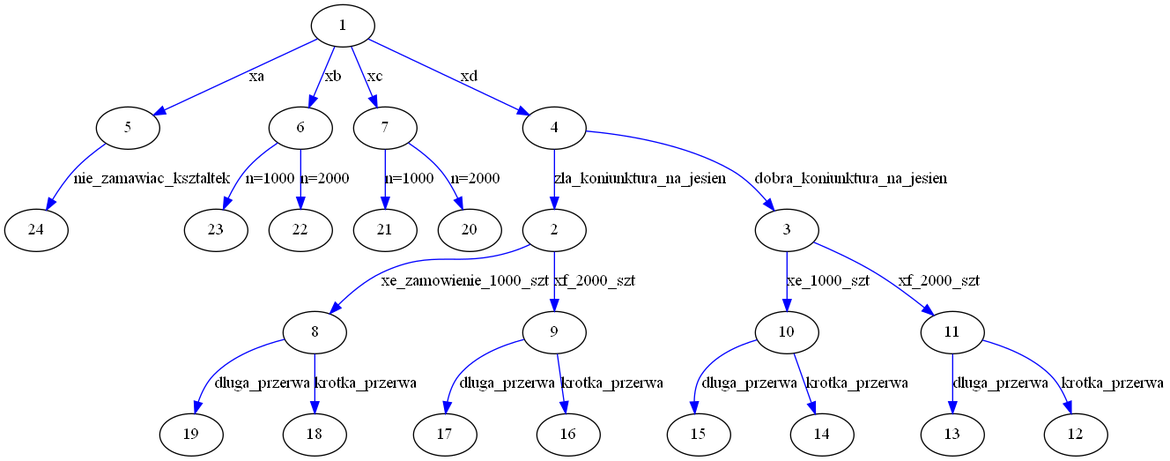
Above: bayes/dane.png in rabieja/bayes_application (Graphviz), before the change. Its source is kept beside it as bayes/dane.dot.
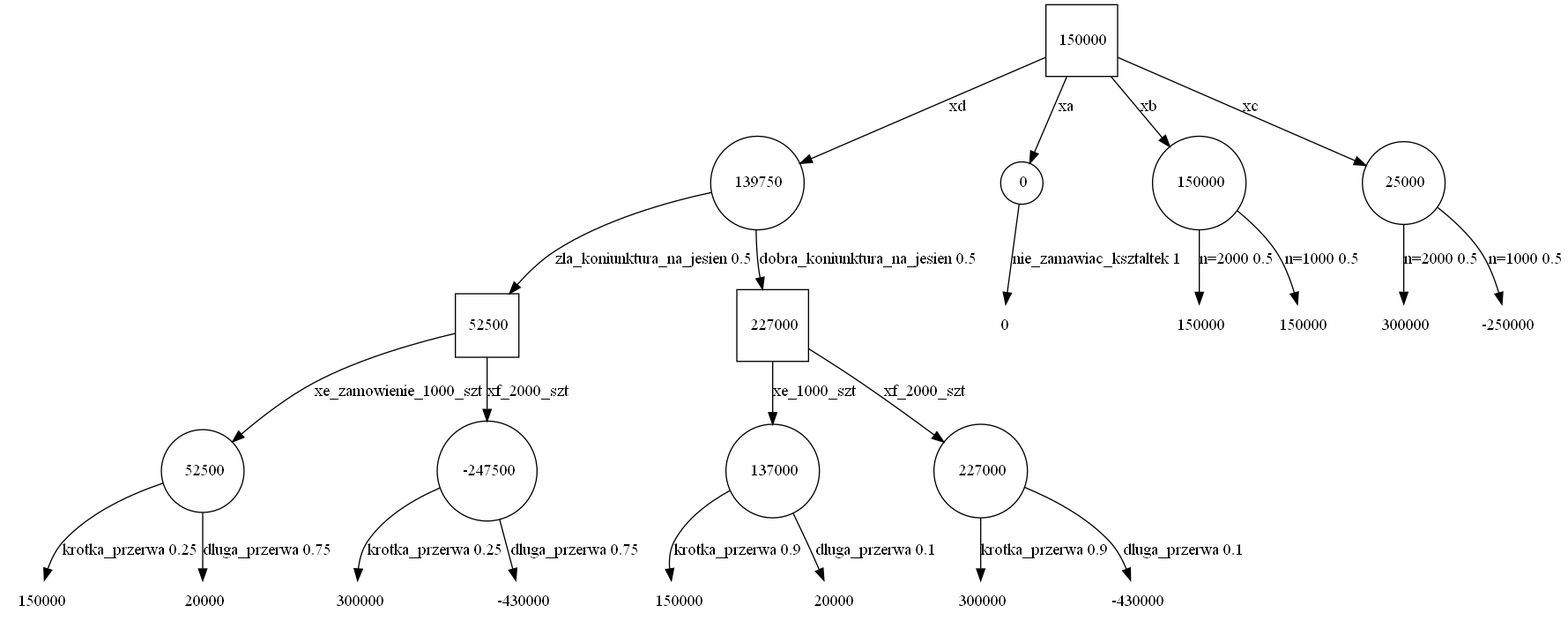
The same file after the commit.

Diff of the diagram source:
```diff
@@ -1,25 +1,49 @@
 digraph Graph{
-5 -> 24[label="nie_zamawiac_ksztaltek"] [color = blue];
-6 -> 23[label="n=1000"] [color = blue];
-6 -> 22[label="n=2000"] [color = blue];
-7 -> 21[label="n=1000"] [color = blue];
-7 -> 20[label="n=2000"] [color = blue];
-8 -> 19[label="dluga_przerwa"] [color = blue];
-8 -> 18[label="krotka_przerwa"] [color = blue];
-9 -> 17[label="dluga_przerwa"] [color = blue];
-9 -> 16[label="krotka_przerwa"] [color = blue];
-10 -> 15[label="dluga_przerwa"] [color = blue];
-10 -> 14[label="krotka_przerwa"] [color = blue];
-11 -> 13[label="dluga_przerwa"] [color = blue];
-11 -> 12[label="krotka_przerwa"] [color = blue];
-4 -> 2[label="zla_koniunktura_na_jesien"] [color = blue];
-4 -> 3[label="dobra_koniunktura_na_jesien"] [color = blue];
-1 -> 5[label="xa"] [color = blue];
-1 -> 6[label="xb"] [color = blue];
-1 -> 7[label="xc"] [color = blue];
-1 -> 4[label="xd"] [color = blue];
-2 -> 8[label="xe_zamowienie_1000_szt"] [color = blue];
-2 -> 9[label="xf_2000_szt"] [color = blue];
-3 -> 10[label="xe_1000_szt"] [color = blue];
-3 -> 11[label="xf_2000_szt"] [color = blue];
+1[shape=square label=" 150000"];
+2[shape=square label=" 52500"];
+3[shape=square label=" 227000"];
+4[shape=circle label=" 139750"];
+5[shape=circle label=" 0"];
+6[shape=circle label=" 150000"];
+7[shape=circle label=" 25000"];
+8[shape=circle label=" 52500"];
+9[shape=circle label=" -247500"];
+10[shape=circle label=" 137000"];
+11[shape=circle label=" 227000"];
+12[shape=none label=" 300000"];
+13[shape=none label=" -430000"];
+14[shape=none label=" 150000"];
+15[shape=none label=" 20000"];
+16[shape=none label=" 300000"];
+17[shape=none label=" -430000"];
+18[shape=none label=" 150000"];
+19[shape=none label=" 20000"];
+20[shape=none label=" 300000"];
+21[shape=none label=" -250000"];
+22[shape=none label=" 150000"];
+23[shape=none label=" 150000"];
+24[shape=none label=" 0"];
+5 -> 24[label="nie_zamawiac_ksztaltek 1"] [color = black];
+6 -> 23[label="n=1000 0.5"] [color = black];
+6 -> 22[label="n=2000 0.5"] [color = black];
+7 -> 21[label="n=1000 0.5"] [color = black];
+7 -> 20[label="n=2000 0.5"] [color = black];
+8 -> 19[label="dluga_przerwa 0.75"] [color = black];
+8 -> 18[label="krotka_przerwa 0.25"] [color = black];
+9 -> 17[label="dluga_przerwa 0.75"] [color = black];
+9 -> 16[label="krotka_przerwa 0.25"] [color = black];
+10 -> 15[label="dluga_przerwa 0.1"] [color = black];
+10 -> 14[label="krotka_przerwa 0.9"] [color = black];
+11 -> 13[label="dluga_przerwa 0.1"] [color = black];
+11 -> 12[label="krotka_przerwa 0.9"] [color = black];
+4 -> 2[label="zla_koniunktura_na_jesien 0.5"] [color = black];
+4 -> 3[label="dobra_koniunktura_na_jesien 0.5"] [color = black];
+1 -> 5[label="xa"] [color = black];
+1 -> 6[label="xb"] [color = black];
+1 -> 7[label="xc"] [color = black];
+1 -> 4[label="xd"] [color = black];
+2 -> 8[label="xe_zamowienie_1000_szt"] [color = black];
+2 -> 9[label="xf_2000_szt"] [color = black];
+3 -> 10[label="xe_1000_szt"] [color = black];
+3 -> 11[label="xf_2000_szt"] [color = black];
 }
```
